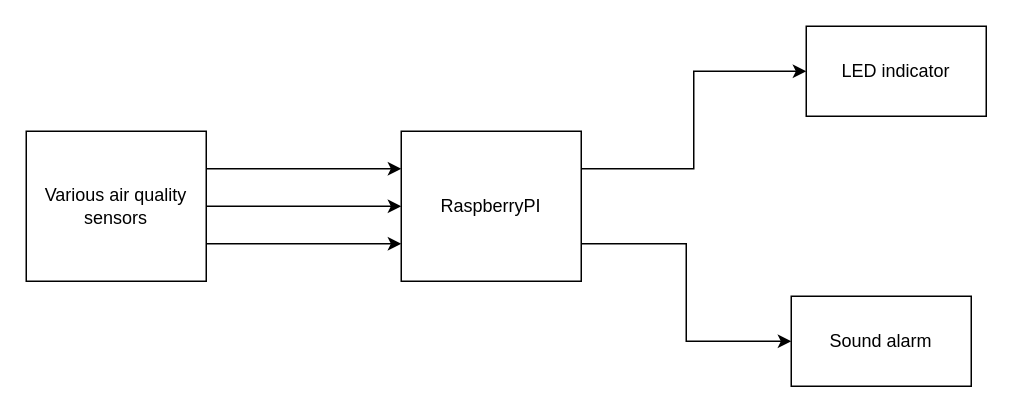
This is assets/air-purifier.drawio from ahlinist/spaceapps-air-purifier, a draw.io file, before an edit. Source tidied: cells renumbered, new cells numbered last; positions are measured from the earlier drawing's top-left corner, leaving out a move shared by most shapes. Both pictures are drawn from the tidied source at 150%, with x=0, y=0 at pixel (26, 26).
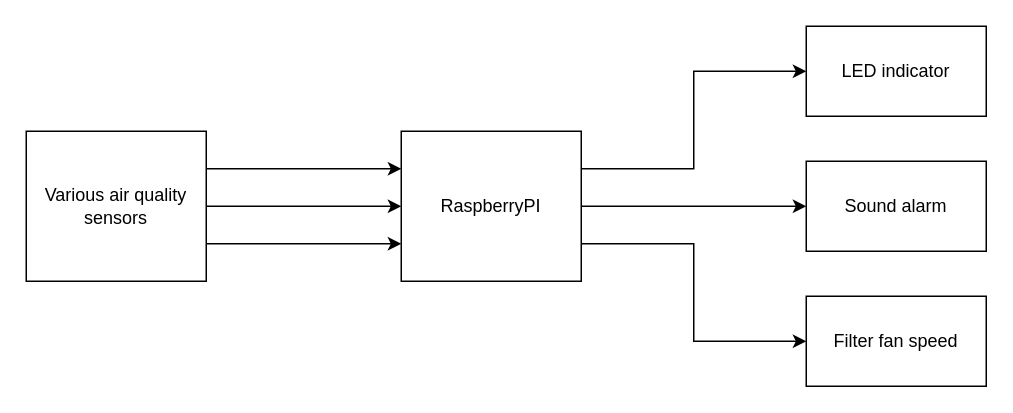
The same diagram, later.

The edit, as a diff of the source:
```diff
@@
 <mxGraphModel>
   <root>
     <mxCell id="0" />
     <mxCell id="1" parent="0" />
     <mxCell id="2" style="edgeStyle=orthogonalEdgeStyle;rounded=0;jettySize=auto;html=1;exitX=1;exitY=0.25;exitDx=0;exitDy=0;entryX=0;entryY=0.5;entryDx=0;entryDy=0;" parent="1" edge="1" source="4" target="6">
       <mxGeometry relative="1" as="geometry" />
     </mxCell>
-    <mxCell id="3" style="edgeStyle=orthogonalEdgeStyle;rounded=0;jettySize=auto;html=1;exitX=1;exitY=0.75;exitDx=0;exitDy=0;entryX=0;entryY=0.5;entryDx=0;entryDy=0;" parent="1" edge="1" source="4" target="7">
+    <mxCell id="3" style="edgeStyle=orthogonalEdgeStyle;rounded=0;jettySize=auto;html=1;exitX=1;exitY=0.5;exitDx=0;exitDy=0;entryX=0;entryY=0.5;entryDx=0;entryDy=0;" parent="1" edge="1" source="4" target="7">
       <mxGeometry relative="1" as="geometry" />
     </mxCell>
+    <mxCell id="13" style="edgeStyle=orthogonalEdgeStyle;rounded=0;jettySize=auto;html=1;exitX=1;exitY=0.75;exitDx=0;exitDy=0;entryX=0;entryY=0.5;entryDx=0;entryDy=0;" parent="1" edge="1" source="4" target="14">
+      <mxGeometry relative="1" as="geometry" />
+    </mxCell>
     <mxCell id="4" style="rounded=0;whiteSpace=wrap;html=1;" parent="1" vertex="1">
       <mxGeometry x="250" y="70" width="120" height="100" as="geometry" />
     </mxCell>
     <mxCell id="5" value="RaspberryPI" style="text;html=1;strokeColor=none;fillColor=none;align=center;verticalAlign=middle;whiteSpace=wrap;rounded=0;" parent="1" vertex="1">
       <mxGeometry x="290" y="110" width="40" height="20" as="geometry" />
     </mxCell>
     <mxCell id="6" value="LED indicator" style="rounded=0;whiteSpace=wrap;html=1;" parent="1" vertex="1">
       <mxGeometry x="520" width="120" height="60" as="geometry" />
     </mxCell>
     <mxCell id="7" value="Sound alarm" style="rounded=0;whiteSpace=wrap;html=1;" parent="1" vertex="1">
-      <mxGeometry x="510" y="180" width="120" height="60" as="geometry" />
+      <mxGeometry x="520" y="90" width="120" height="60" as="geometry" />
     </mxCell>
     <mxCell id="8" style="edgeStyle=orthogonalEdgeStyle;rounded=0;jettySize=auto;html=1;exitX=1;exitY=0.5;exitDx=0;exitDy=0;entryX=0;entryY=0.5;entryDx=0;entryDy=0;" parent="1" edge="1" source="11" target="4">
       <mxGeometry relative="1" as="geometry" />
     </mxCell>
     <mxCell id="9" style="edgeStyle=orthogonalEdgeStyle;rounded=0;jettySize=auto;html=1;exitX=1;exitY=0.25;exitDx=0;exitDy=0;entryX=0;entryY=0.25;entryDx=0;entryDy=0;" parent="1" edge="1" source="11" target="4">
       <mxGeometry relative="1" as="geometry" />
     </mxCell>
     <mxCell id="10" style="edgeStyle=orthogonalEdgeStyle;rounded=0;jettySize=auto;html=1;exitX=1;exitY=0.75;exitDx=0;exitDy=0;entryX=0;entryY=0.75;entryDx=0;entryDy=0;" parent="1" edge="1" source="11" target="4">
       <mxGeometry relative="1" as="geometry" />
     </mxCell>
     <mxCell id="11" value="Various air quality sensors" style="rounded=0;whiteSpace=wrap;html=1;" parent="1" vertex="1">
       <mxGeometry y="70" width="120" height="100" as="geometry" />
     </mxCell>
     <mxCell id="12" style="edgeStyle=orthogonalEdgeStyle;rounded=0;orthogonalLoop=1;jettySize=auto;html=1;exitX=0.5;exitY=1;exitDx=0;exitDy=0;" parent="1" edge="1" source="11" target="11">
       <mxGeometry relative="1" as="geometry" />
     </mxCell>
+    <mxCell id="14" value="Filter fan speed" style="rounded=0;whiteSpace=wrap;html=1;" parent="1" vertex="1">
+      <mxGeometry x="520" y="180" width="120" height="60" as="geometry" />
+    </mxCell>
   </root>
 </mxGraphModel>
```
